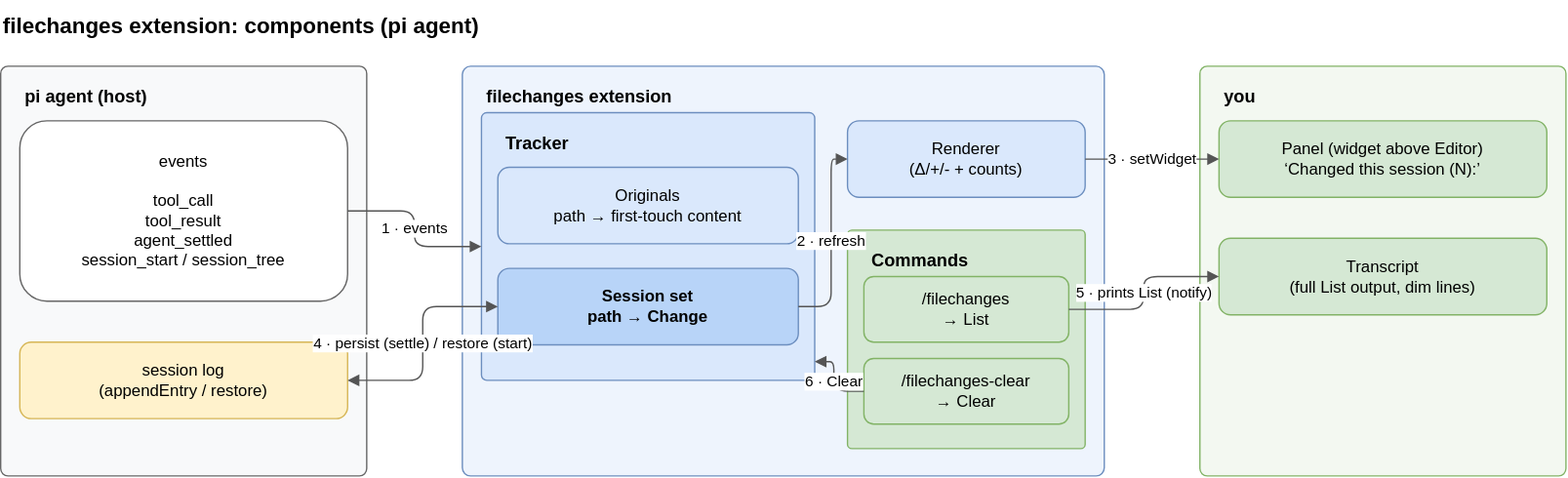
The draw.io diagram docs/diagrams/filechanges-components.drawio.svg in luiul/dotfiles, before a commit. Source tidied: cells renumbered, new cells last; positions are measured from the earlier drawing's top-left corner, leaving out a move shared by most shapes. Its diagram source:
```xml
<mxGraphModel>
  <root>
    <mxCell id="0" />
    <mxCell id="1" parent="0" />
    <mxCell id="2" value="filechanges extension: components (pi agent)" style="text;html=1;fontSize=16;fontStyle=1;align=left;verticalAlign=middle;" parent="1" vertex="1">
      <mxGeometry width="700" height="36" as="geometry" />
    </mxCell>
    <mxCell id="3" value="pi agent (host)" style="rounded=1;arcSize=2;whiteSpace=wrap;html=1;fillColor=#f8f9fa;strokeColor=#666666;verticalAlign=top;align=left;spacingLeft=16;spacingTop=8;fontSize=13;fontStyle=1;" parent="1" vertex="1">
      <mxGeometry y="48" width="268" height="300" as="geometry" />
    </mxCell>
    <mxCell id="4" value="events&lt;br&gt;&lt;br&gt;tool_call&lt;br&gt;tool_result&lt;br&gt;agent_settled&lt;br&gt;session_start / session_tree" style="rounded=1;whiteSpace=wrap;html=1;fillColor=#ffffff;strokeColor=#666666;verticalAlign=middle;align=center;fontSize=12;" parent="3" vertex="1">
      <mxGeometry x="14" y="40" width="240" height="132" as="geometry" />
    </mxCell>
    <mxCell id="5" value="session log&lt;br&gt;(appendEntry / restore)" style="rounded=1;whiteSpace=wrap;html=1;fillColor=#fff2cc;strokeColor=#d6b656;verticalAlign=middle;align=center;fontSize=12;" parent="3" vertex="1">
      <mxGeometry x="14" y="202" width="240" height="56" as="geometry" />
    </mxCell>
    <mxCell id="6" value="filechanges extension" style="rounded=1;arcSize=2;whiteSpace=wrap;html=1;fillColor=#eef4fd;strokeColor=#6c8ebf;verticalAlign=top;align=left;spacingLeft=16;spacingTop=8;fontSize=13;fontStyle=1;" parent="1" vertex="1">
      <mxGeometry x="338" y="48" width="470" height="300" as="geometry" />
    </mxCell>
    <mxCell id="7" value="Tracker" style="rounded=1;arcSize=2;whiteSpace=wrap;html=1;fillColor=#dae8fc;strokeColor=#6c8ebf;verticalAlign=top;align=left;spacingLeft=16;spacingTop=8;fontSize=13;fontStyle=1;" parent="6" vertex="1">
      <mxGeometry x="14" y="34" width="244" height="196" as="geometry" />
    </mxCell>
    <mxCell id="8" value="Originals&lt;br&gt;path → first-touch content" style="rounded=1;whiteSpace=wrap;html=1;fillColor=#dae8fc;strokeColor=#6c8ebf;verticalAlign=middle;align=center;fontSize=12;" parent="7" vertex="1">
      <mxGeometry x="12" y="40" width="220" height="56" as="geometry" />
    </mxCell>
    <mxCell id="9" value="Session set&lt;br&gt;path → Change" style="rounded=1;whiteSpace=wrap;html=1;fillColor=#b8d4f8;strokeColor=#6c8ebf;verticalAlign=middle;align=center;fontSize=12;fontStyle=1;" parent="7" vertex="1">
      <mxGeometry x="12" y="114" width="220" height="56" as="geometry" />
    </mxCell>
    <mxCell id="10" value="Renderer&lt;br&gt;(‘modified path (+1/-2)’)" style="rounded=1;whiteSpace=wrap;html=1;fillColor=#dae8fc;strokeColor=#6c8ebf;verticalAlign=middle;align=center;fontSize=12;" parent="6" vertex="1">
      <mxGeometry x="282" y="40" width="174" height="56" as="geometry" />
    </mxCell>
    <mxCell id="11" value="Commands" style="rounded=1;arcSize=2;whiteSpace=wrap;html=1;fillColor=#d5e8d4;strokeColor=#82b366;verticalAlign=top;align=left;spacingLeft=16;spacingTop=8;fontSize=13;fontStyle=1;" parent="6" vertex="1">
      <mxGeometry x="282" y="120" width="174" height="160" as="geometry" />
    </mxCell>
    <mxCell id="12" value="/filechanges&lt;br&gt;→ List" style="rounded=1;whiteSpace=wrap;html=1;fillColor=#d5e8d4;strokeColor=#82b366;verticalAlign=middle;align=center;fontSize=12;" parent="11" vertex="1">
      <mxGeometry x="12" y="34" width="150" height="48" as="geometry" />
    </mxCell>
    <mxCell id="13" value="/filechanges-clear&lt;br&gt;→ Clear" style="rounded=1;whiteSpace=wrap;html=1;fillColor=#d5e8d4;strokeColor=#82b366;verticalAlign=middle;align=center;fontSize=12;" parent="11" vertex="1">
      <mxGeometry x="12" y="94" width="150" height="48" as="geometry" />
    </mxCell>
    <mxCell id="14" value="you" style="rounded=1;arcSize=2;whiteSpace=wrap;html=1;fillColor=#f3f8f1;strokeColor=#82b366;verticalAlign=top;align=left;spacingLeft=16;spacingTop=8;fontSize=13;fontStyle=1;" parent="1" vertex="1">
      <mxGeometry x="878" y="48" width="268" height="300" as="geometry" />
    </mxCell>
    <mxCell id="15" value="Panel (widget above Editor)&lt;br&gt;‘Session changes (N):’" style="rounded=1;whiteSpace=wrap;html=1;fillColor=#d5e8d4;strokeColor=#82b366;verticalAlign=middle;align=center;fontSize=12;" parent="14" vertex="1">
      <mxGeometry x="14" y="40" width="240" height="56" as="geometry" />
    </mxCell>
    <mxCell id="16" value="Transcript&lt;br&gt;(full List output, dim lines)" style="rounded=1;whiteSpace=wrap;html=1;fillColor=#d5e8d4;strokeColor=#82b366;verticalAlign=middle;align=center;fontSize=12;" parent="14" vertex="1">
      <mxGeometry x="14" y="126" width="240" height="56" as="geometry" />
    </mxCell>
    <mxCell id="17" value="1 · events" style="edgeStyle=orthogonalEdgeStyle;rounded=1;html=1;jettySize=auto;endArrow=block;endFill=1;strokeColor=#555555;fontSize=11;labelBackgroundColor=#ffffff;align=center;verticalAlign=middle;exitX=1;exitY=0.5;exitDx=0;exitDy=0;entryX=0;entryY=0.5;entryDx=0;entryDy=0;" parent="1" edge="1" source="4" target="7">
      <mxGeometry relative="1" as="geometry" />
    </mxCell>
    <mxCell id="18" value="2 · refresh" style="edgeStyle=orthogonalEdgeStyle;rounded=1;html=1;jettySize=auto;endArrow=block;endFill=1;strokeColor=#555555;fontSize=11;labelBackgroundColor=#ffffff;align=center;verticalAlign=middle;exitX=1;exitY=0.5;exitDx=0;exitDy=0;entryX=0;entryY=0.5;entryDx=0;entryDy=0;" parent="1" edge="1" source="9" target="10">
      <mxGeometry relative="1" as="geometry">
        <Array as="points">
          <mxPoint x="608" y="224" />
          <mxPoint x="608" y="116" />
        </Array>
      </mxGeometry>
    </mxCell>
    <mxCell id="19" value="3 · setWidget" style="edgeStyle=orthogonalEdgeStyle;rounded=1;html=1;jettySize=auto;endArrow=block;endFill=1;strokeColor=#555555;fontSize=11;labelBackgroundColor=#ffffff;align=center;verticalAlign=middle;exitX=1;exitY=0.5;exitDx=0;exitDy=0;entryX=0;entryY=0.5;entryDx=0;entryDy=0;" parent="1" edge="1" source="10" target="15">
      <mxGeometry relative="1" as="geometry" />
    </mxCell>
    <mxCell id="20" value="4 · persist (settle) / restore (start)" style="edgeStyle=orthogonalEdgeStyle;rounded=1;html=1;jettySize=auto;endArrow=block;endFill=1;strokeColor=#555555;fontSize=11;labelBackgroundColor=#ffffff;align=center;verticalAlign=middle;startArrow=block;startFill=1;exitX=0;exitY=0.5;exitDx=0;exitDy=0;entryX=1;entryY=0.5;entryDx=0;entryDy=0;" parent="1" edge="1" source="9" target="5">
      <mxGeometry relative="1" as="geometry" />
    </mxCell>
    <mxCell id="21" value="5 · prints List (notify)" style="edgeStyle=orthogonalEdgeStyle;rounded=1;html=1;jettySize=auto;endArrow=block;endFill=1;strokeColor=#555555;fontSize=11;labelBackgroundColor=#ffffff;align=center;verticalAlign=middle;exitX=1;exitY=0.5;exitDx=0;exitDy=0;entryX=0;entryY=0.5;entryDx=0;entryDy=0;" parent="1" edge="1" source="12" target="16">
      <mxGeometry relative="1" as="geometry" />
    </mxCell>
    <mxCell id="22" value="6 · Clear" style="edgeStyle=orthogonalEdgeStyle;rounded=1;html=1;jettySize=auto;endArrow=block;endFill=1;strokeColor=#555555;fontSize=11;labelBackgroundColor=#ffffff;align=center;verticalAlign=middle;exitX=0;exitY=0.5;exitDx=0;exitDy=0;entryX=1;entryY=0.93;entryDx=0;entryDy=0;" parent="1" edge="1" source="13" target="7">
      <mxGeometry relative="1" as="geometry">
        <Array as="points">
          <mxPoint x="610" y="286" />
          <mxPoint x="610" y="264" />
        </Array>
      </mxGeometry>
    </mxCell>
  </root>
</mxGraphModel>
```
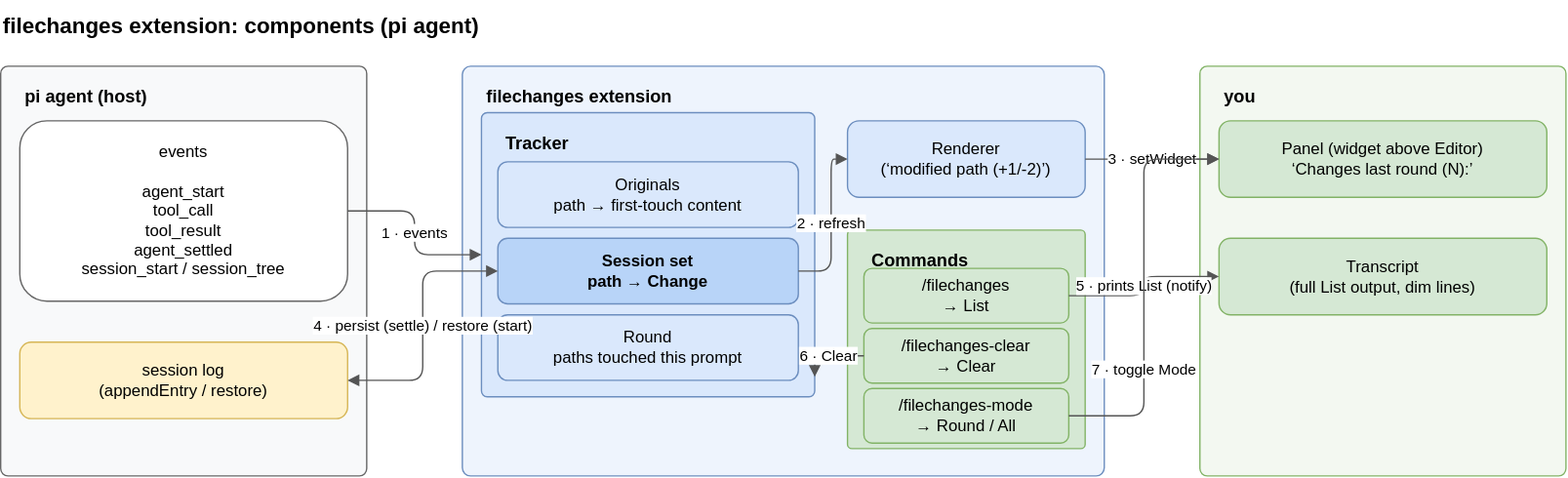
Later version of the same file.

Commit message:
feat: filechanges defaults to last round with toggle to all changes

The edit, as a diff of the source:
```diff
@@ -8,7 +8,7 @@
     <mxCell id="3" value="pi agent (host)" style="rounded=1;arcSize=2;whiteSpace=wrap;html=1;fillColor=#f8f9fa;strokeColor=#666666;verticalAlign=top;align=left;spacingLeft=16;spacingTop=8;fontSize=13;fontStyle=1;" parent="1" vertex="1">
       <mxGeometry y="48" width="268" height="300" as="geometry" />
     </mxCell>
-    <mxCell id="4" value="events&lt;br&gt;&lt;br&gt;tool_call&lt;br&gt;tool_result&lt;br&gt;agent_settled&lt;br&gt;session_start / session_tree" style="rounded=1;whiteSpace=wrap;html=1;fillColor=#ffffff;strokeColor=#666666;verticalAlign=middle;align=center;fontSize=12;" parent="3" vertex="1">
+    <mxCell id="4" value="events&lt;br&gt;&lt;br&gt;agent_start&lt;br&gt;tool_call&lt;br&gt;tool_result&lt;br&gt;agent_settled&lt;br&gt;session_start / session_tree" style="rounded=1;whiteSpace=wrap;html=1;fillColor=#ffffff;strokeColor=#666666;verticalAlign=middle;align=center;fontSize=12;" parent="3" vertex="1">
       <mxGeometry x="14" y="40" width="240" height="132" as="geometry" />
     </mxCell>
     <mxCell id="5" value="session log&lt;br&gt;(appendEntry / restore)" style="rounded=1;whiteSpace=wrap;html=1;fillColor=#fff2cc;strokeColor=#d6b656;verticalAlign=middle;align=center;fontSize=12;" parent="3" vertex="1">
@@ -18,14 +18,17 @@
       <mxGeometry x="338" y="48" width="470" height="300" as="geometry" />
     </mxCell>
     <mxCell id="7" value="Tracker" style="rounded=1;arcSize=2;whiteSpace=wrap;html=1;fillColor=#dae8fc;strokeColor=#6c8ebf;verticalAlign=top;align=left;spacingLeft=16;spacingTop=8;fontSize=13;fontStyle=1;" parent="6" vertex="1">
-      <mxGeometry x="14" y="34" width="244" height="196" as="geometry" />
+      <mxGeometry x="14" y="34" width="244" height="208" as="geometry" />
     </mxCell>
     <mxCell id="8" value="Originals&lt;br&gt;path → first-touch content" style="rounded=1;whiteSpace=wrap;html=1;fillColor=#dae8fc;strokeColor=#6c8ebf;verticalAlign=middle;align=center;fontSize=12;" parent="7" vertex="1">
-      <mxGeometry x="12" y="40" width="220" height="56" as="geometry" />
+      <mxGeometry x="12" y="36" width="220" height="48" as="geometry" />
     </mxCell>
     <mxCell id="9" value="Session set&lt;br&gt;path → Change" style="rounded=1;whiteSpace=wrap;html=1;fillColor=#b8d4f8;strokeColor=#6c8ebf;verticalAlign=middle;align=center;fontSize=12;fontStyle=1;" parent="7" vertex="1">
-      <mxGeometry x="12" y="114" width="220" height="56" as="geometry" />
+      <mxGeometry x="12" y="92" width="220" height="48" as="geometry" />
     </mxCell>
+    <mxCell id="23" value="Round&lt;br&gt;paths touched this prompt" style="rounded=1;whiteSpace=wrap;html=1;fillColor=#dae8fc;strokeColor=#6c8ebf;verticalAlign=middle;align=center;fontSize=12;" parent="7" vertex="1">
+      <mxGeometry x="12" y="148" width="220" height="48" as="geometry" />
+    </mxCell>
     <mxCell id="10" value="Renderer&lt;br&gt;(‘modified path (+1/-2)’)" style="rounded=1;whiteSpace=wrap;html=1;fillColor=#dae8fc;strokeColor=#6c8ebf;verticalAlign=middle;align=center;fontSize=12;" parent="6" vertex="1">
       <mxGeometry x="282" y="40" width="174" height="56" as="geometry" />
     </mxCell>
@@ -33,15 +36,18 @@
       <mxGeometry x="282" y="120" width="174" height="160" as="geometry" />
     </mxCell>
     <mxCell id="12" value="/filechanges&lt;br&gt;→ List" style="rounded=1;whiteSpace=wrap;html=1;fillColor=#d5e8d4;strokeColor=#82b366;verticalAlign=middle;align=center;fontSize=12;" parent="11" vertex="1">
-      <mxGeometry x="12" y="34" width="150" height="48" as="geometry" />
+      <mxGeometry x="12" y="28" width="150" height="40" as="geometry" />
     </mxCell>
     <mxCell id="13" value="/filechanges-clear&lt;br&gt;→ Clear" style="rounded=1;whiteSpace=wrap;html=1;fillColor=#d5e8d4;strokeColor=#82b366;verticalAlign=middle;align=center;fontSize=12;" parent="11" vertex="1">
-      <mxGeometry x="12" y="94" width="150" height="48" as="geometry" />
+      <mxGeometry x="12" y="72" width="150" height="40" as="geometry" />
     </mxCell>
+    <mxCell id="24" value="/filechanges-mode&lt;br&gt;→ Round / All" style="rounded=1;whiteSpace=wrap;html=1;fillColor=#d5e8d4;strokeColor=#82b366;verticalAlign=middle;align=center;fontSize=12;" parent="11" vertex="1">
+      <mxGeometry x="12" y="116" width="150" height="40" as="geometry" />
+    </mxCell>
     <mxCell id="14" value="you" style="rounded=1;arcSize=2;whiteSpace=wrap;html=1;fillColor=#f3f8f1;strokeColor=#82b366;verticalAlign=top;align=left;spacingLeft=16;spacingTop=8;fontSize=13;fontStyle=1;" parent="1" vertex="1">
       <mxGeometry x="878" y="48" width="268" height="300" as="geometry" />
     </mxCell>
-    <mxCell id="15" value="Panel (widget above Editor)&lt;br&gt;‘Session changes (N):’" style="rounded=1;whiteSpace=wrap;html=1;fillColor=#d5e8d4;strokeColor=#82b366;verticalAlign=middle;align=center;fontSize=12;" parent="14" vertex="1">
+    <mxCell id="15" value="Panel (widget above Editor)&lt;br&gt;‘Changes last round (N):’" style="rounded=1;whiteSpace=wrap;html=1;fillColor=#d5e8d4;strokeColor=#82b366;verticalAlign=middle;align=center;fontSize=12;" parent="14" vertex="1">
       <mxGeometry x="14" y="40" width="240" height="56" as="geometry" />
     </mxCell>
     <mxCell id="16" value="Transcript&lt;br&gt;(full List output, dim lines)" style="rounded=1;whiteSpace=wrap;html=1;fillColor=#d5e8d4;strokeColor=#82b366;verticalAlign=middle;align=center;fontSize=12;" parent="14" vertex="1">
@@ -53,7 +59,7 @@
     <mxCell id="18" value="2 · refresh" style="edgeStyle=orthogonalEdgeStyle;rounded=1;html=1;jettySize=auto;endArrow=block;endFill=1;strokeColor=#555555;fontSize=11;labelBackgroundColor=#ffffff;align=center;verticalAlign=middle;exitX=1;exitY=0.5;exitDx=0;exitDy=0;entryX=0;entryY=0.5;entryDx=0;entryDy=0;" parent="1" edge="1" source="9" target="10">
       <mxGeometry relative="1" as="geometry">
         <Array as="points">
-          <mxPoint x="608" y="224" />
+          <mxPoint x="608" y="198" />
           <mxPoint x="608" y="116" />
         </Array>
       </mxGeometry>
@@ -68,12 +74,10 @@
       <mxGeometry relative="1" as="geometry" />
     </mxCell>
     <mxCell id="22" value="6 · Clear" style="edgeStyle=orthogonalEdgeStyle;rounded=1;html=1;jettySize=auto;endArrow=block;endFill=1;strokeColor=#555555;fontSize=11;labelBackgroundColor=#ffffff;align=center;verticalAlign=middle;exitX=0;exitY=0.5;exitDx=0;exitDy=0;entryX=1;entryY=0.93;entryDx=0;entryDy=0;" parent="1" edge="1" source="13" target="7">
-      <mxGeometry relative="1" as="geometry">
-        <Array as="points">
-          <mxPoint x="610" y="286" />
-          <mxPoint x="610" y="264" />
-        </Array>
-      </mxGeometry>
+      <mxGeometry relative="1" as="geometry" />
     </mxCell>
+    <mxCell id="25" value="7 · toggle Mode" style="edgeStyle=orthogonalEdgeStyle;rounded=1;html=1;jettySize=auto;endArrow=block;endFill=1;strokeColor=#555555;fontSize=11;labelBackgroundColor=#ffffff;align=center;verticalAlign=middle;exitX=1;exitY=0.5;exitDx=0;exitDy=0;entryX=0;entryY=0.5;entryDx=0;entryDy=0;" parent="1" edge="1" source="24" target="15">
+      <mxGeometry x="-0.4" relative="1" as="geometry" />
+    </mxCell>
   </root>
 </mxGraphModel>
```
